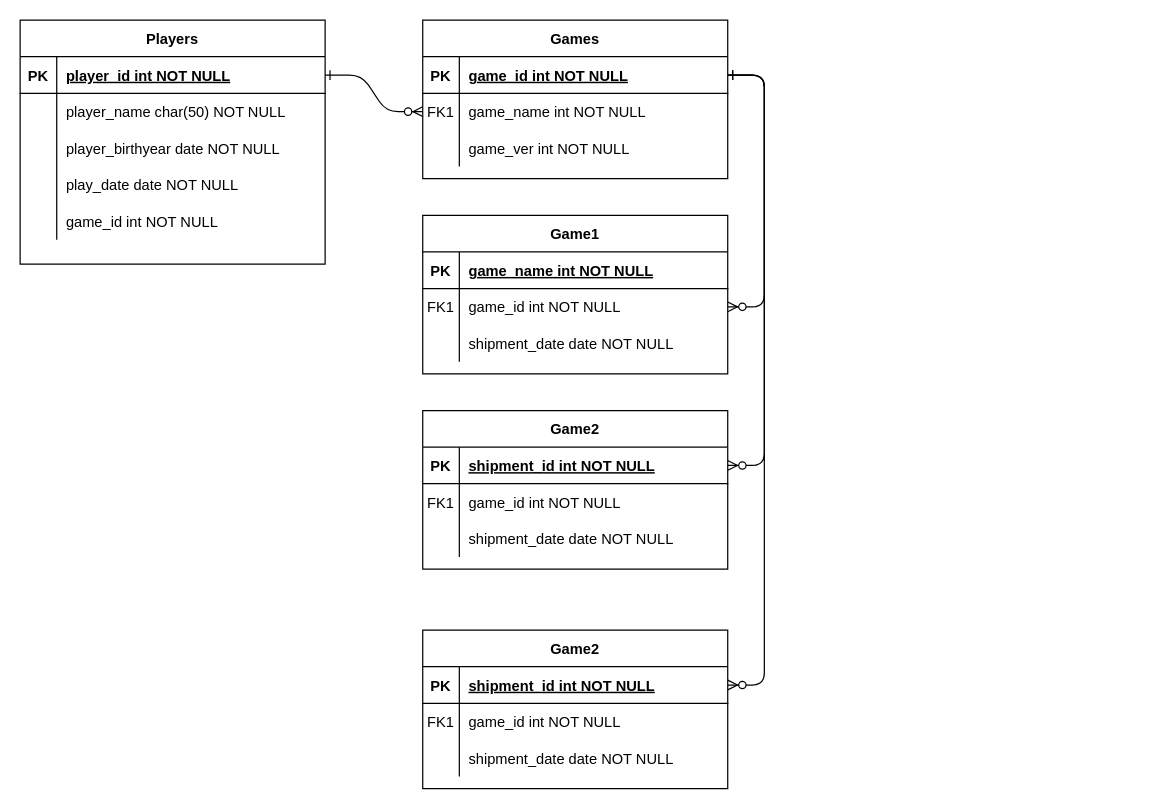
This is hman_database1.drawio from doscsy12/hman_database, a draw.io file, before an edit. Source tidied: cells renumbered, new cells numbered last; positions are measured from the earlier drawing's top-left corner, leaving out a move shared by most shapes. Both pictures are drawn from the tidied source at 122%, with x=0, y=0 at pixel (20, 20).
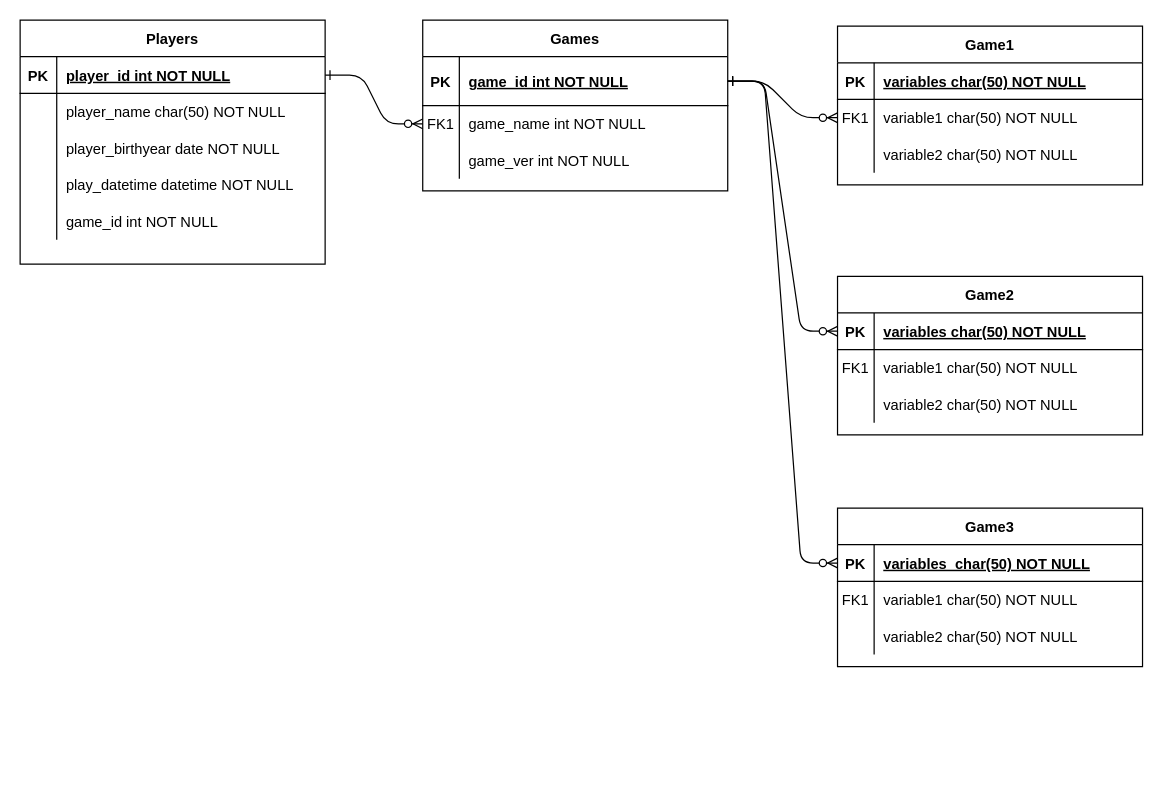
The same page after the edit.

Unchanged cells that the change refers to:
```xml
<mxCell id="15" style="shape=partialRectangle;fillColor=none;top=0;left=0;right=0;bottom=1;" parent="14" vertex="1">
  <mxGeometry y="30" width="250" height="30" as="geometry" />
</mxCell>
<mxCell id="18" style="shape=partialRectangle;fillColor=none;points=[[0,0.5],[1,0.5]];portConstraint=eastwest;top=0;left=0;right=0;bottom=0;" parent="14" vertex="1">
  <mxGeometry y="60" width="250" height="30" as="geometry" />
</mxCell>
<mxCell id="21" style="shape=partialRectangle;fillColor=none;top=0;left=0;right=0;bottom=0;" parent="14" vertex="1">
  <mxGeometry y="90" width="250" height="30" as="geometry" />
</mxCell>
<mxCell id="34" style="shape=partialRectangle;fillColor=none;top=0;left=0;right=0;bottom=0;" parent="24" vertex="1">
  <mxGeometry y="120" width="250" height="30" as="geometry" />
</mxCell>
<mxCell id="43" style="shape=partialRectangle;fillColor=none;points=[[0,0.5],[1,0.5]];portConstraint=eastwest;top=0;left=0;right=0;bottom=1;" parent="42" vertex="1">
  <mxGeometry y="30" width="250" height="30" as="geometry" />
</mxCell>
<mxCell id="46" style="shape=partialRectangle;fillColor=none;top=0;left=0;right=0;bottom=0;" parent="42" vertex="1">
  <mxGeometry y="60" width="250" height="30" as="geometry" />
</mxCell>
<mxCell id="49" style="shape=partialRectangle;fillColor=none;top=0;left=0;right=0;bottom=0;" parent="42" vertex="1">
  <mxGeometry y="90" width="250" height="30" as="geometry" />
</mxCell>
<mxCell id="54" style="shape=partialRectangle;fillColor=none;points=[[0,0.5],[1,0.5]];portConstraint=eastwest;top=0;left=0;right=0;bottom=1;" parent="53" vertex="1">
  <mxGeometry y="30" width="250" height="30" as="geometry" />
</mxCell>
<mxCell id="57" style="shape=partialRectangle;fillColor=none;top=0;left=0;right=0;bottom=0;" parent="53" vertex="1">
  <mxGeometry y="60" width="250" height="30" as="geometry" />
</mxCell>
<mxCell id="60" style="shape=partialRectangle;fillColor=none;top=0;left=0;right=0;bottom=0;" parent="53" vertex="1">
  <mxGeometry y="90" width="250" height="30" as="geometry" />
</mxCell>
```

The edit, as a diff of the source:
```diff
@@
     <mxCell id="4" value="Games" style="shape=table;startSize=30;childLayout=tableLayout;rowLines=0;fontStyle=1;align=center;" parent="1" vertex="1">
-      <mxGeometry x="330" width="250" height="130" as="geometry" />
+      <mxGeometry x="330" width="250" height="140" as="geometry" />
     </mxCell>
     <mxCell id="5" style="shape=partialRectangle;fillColor=none;points=[[0,0.5],[1,0.5]];portConstraint=eastwest;top=0;left=0;right=0;bottom=1;" parent="4" vertex="1">
-      <mxGeometry y="30" width="250" height="30" as="geometry" />
+      <mxGeometry y="30" width="250" height="40" as="geometry" />
     </mxCell>
     <mxCell id="6" value="PK" style="shape=partialRectangle;overflow=hidden;fillColor=none;top=0;left=0;bottom=0;right=0;fontStyle=1;" parent="5" vertex="1">
-      <mxGeometry width="30" height="30" as="geometry" />
+      <mxGeometry width="30" height="40" as="geometry" />
     </mxCell>
     <mxCell id="7" value="game_id int NOT NULL " style="shape=partialRectangle;overflow=hidden;fillColor=none;top=0;left=0;bottom=0;right=0;align=left;spacingLeft=6;fontStyle=5;" parent="5" vertex="1">
-      <mxGeometry x="30" width="220" height="30" as="geometry" />
+      <mxGeometry x="30" width="220" height="40" as="geometry" />
     </mxCell>
     <mxCell id="8" style="shape=partialRectangle;fillColor=none;points=[[0,0.5],[1,0.5]];portConstraint=eastwest;top=0;left=0;right=0;bottom=0;" parent="4" vertex="1">
-      <mxGeometry y="60" width="250" height="30" as="geometry" />
+      <mxGeometry y="70" width="250" height="30" as="geometry" />
     </mxCell>
@@
     <mxCell id="11" style="shape=partialRectangle;fillColor=none;top=0;left=0;right=0;bottom=0;" parent="4" vertex="1">
-      <mxGeometry y="90" width="250" height="30" as="geometry" />
+      <mxGeometry y="100" width="250" height="30" as="geometry" />
     </mxCell>
@@
     <mxCell id="14" value="Game1" style="shape=table;startSize=30;childLayout=tableLayout;rowLines=0;fontStyle=1;align=center;" parent="1" vertex="1">
-      <mxGeometry x="330" y="160" width="250" height="130" as="geometry" />
+      <mxGeometry x="670" y="5" width="250" height="130" as="geometry" />
     </mxCell>
@@
-    <mxCell id="17" value="game_name int NOT NULL " style="shape=partialRectangle;overflow=hidden;fillColor=none;top=0;left=0;bottom=0;right=0;align=left;spacingLeft=6;fontStyle=5;" parent="15" vertex="1">
+    <mxCell id="17" value="variables char(50) NOT NULL " style="shape=partialRectangle;overflow=hidden;fillColor=none;top=0;left=0;bottom=0;right=0;align=left;spacingLeft=6;fontStyle=5;" parent="15" vertex="1">
       <mxGeometry x="30" width="220" height="30" as="geometry" />
     </mxCell>
@@
-    <mxCell id="20" value="game_id int NOT NULL" style="shape=partialRectangle;overflow=hidden;fillColor=none;top=0;left=0;bottom=0;right=0;align=left;spacingLeft=6;" parent="18" vertex="1">
+    <mxCell id="20" value="variable1 char(50) NOT NULL" style="shape=partialRectangle;overflow=hidden;fillColor=none;top=0;left=0;bottom=0;right=0;align=left;spacingLeft=6;" parent="18" vertex="1">
       <mxGeometry x="30" width="220" height="30" as="geometry" />
     </mxCell>
@@
-    <mxCell id="23" value="shipment_date date NOT NULL" style="shape=partialRectangle;overflow=hidden;fillColor=none;top=0;left=0;bottom=0;right=0;align=left;spacingLeft=6;" parent="21" vertex="1">
+    <mxCell id="23" value="variable2 char(50) NOT NULL" style="shape=partialRectangle;overflow=hidden;fillColor=none;top=0;left=0;bottom=0;right=0;align=left;spacingLeft=6;" parent="21" vertex="1">
       <mxGeometry x="30" width="220" height="30" as="geometry" />
     </mxCell>
@@
-    <mxCell id="36" value="play_date date NOT NULL" style="shape=partialRectangle;overflow=hidden;fillColor=none;top=0;left=0;bottom=0;right=0;align=left;spacingLeft=6;" parent="34" vertex="1">
+    <mxCell id="36" value="play_datetime datetime NOT NULL" style="shape=partialRectangle;overflow=hidden;fillColor=none;top=0;left=0;bottom=0;right=0;align=left;spacingLeft=6;" parent="34" vertex="1">
       <mxGeometry x="30" width="220" height="30" as="geometry" />
     </mxCell>
@@
     <mxCell id="42" value="Game2" style="shape=table;startSize=30;childLayout=tableLayout;rowLines=0;fontStyle=1;align=center;" parent="1" vertex="1">
-      <mxGeometry x="330" y="320" width="250" height="130" as="geometry" />
+      <mxGeometry x="670" y="210" width="250" height="130" as="geometry" />
     </mxCell>
@@
-    <mxCell id="45" value="shipment_id int NOT NULL " style="shape=partialRectangle;overflow=hidden;fillColor=none;top=0;left=0;bottom=0;right=0;align=left;spacingLeft=6;fontStyle=5;" parent="43" vertex="1">
+    <mxCell id="45" value="variables char(50) NOT NULL " style="shape=partialRectangle;overflow=hidden;fillColor=none;top=0;left=0;bottom=0;right=0;align=left;spacingLeft=6;fontStyle=5;" parent="43" vertex="1">
       <mxGeometry x="30" width="220" height="30" as="geometry" />
     </mxCell>
@@
-    <mxCell id="48" value="game_id int NOT NULL" style="shape=partialRectangle;overflow=hidden;fillColor=none;top=0;left=0;bottom=0;right=0;align=left;spacingLeft=6;" parent="46" vertex="1">
+    <mxCell id="48" value="variable1 char(50) NOT NULL" style="shape=partialRectangle;overflow=hidden;fillColor=none;top=0;left=0;bottom=0;right=0;align=left;spacingLeft=6;" parent="46" vertex="1">
       <mxGeometry x="30" width="220" height="30" as="geometry" />
     </mxCell>
@@
-    <mxCell id="51" value="shipment_date date NOT NULL" style="shape=partialRectangle;overflow=hidden;fillColor=none;top=0;left=0;bottom=0;right=0;align=left;spacingLeft=6;" parent="49" vertex="1">
+    <mxCell id="51" value="variable2 char(50) NOT NULL" style="shape=partialRectangle;overflow=hidden;fillColor=none;top=0;left=0;bottom=0;right=0;align=left;spacingLeft=6;" parent="49" vertex="1">
       <mxGeometry x="30" width="220" height="30" as="geometry" />
     </mxCell>
-    <mxCell id="52" style="edgeStyle=entityRelationEdgeStyle;endArrow=ERzeroToMany;startArrow=ERone;endFill=1;startFill=0;entryX=1;entryY=0.5;entryDx=0;entryDy=0;exitX=1;exitY=0.5;exitDx=0;exitDy=0;" parent="1" edge="1" source="5" target="43">
+    <mxCell id="52" style="edgeStyle=entityRelationEdgeStyle;endArrow=ERzeroToMany;startArrow=ERone;endFill=1;startFill=0;entryX=0;entryY=0.5;entryDx=0;entryDy=0;exitX=1;exitY=0.5;exitDx=0;exitDy=0;" parent="1" edge="1" source="5" target="43">
       <mxGeometry relative="1" as="geometry" />
     </mxCell>
-    <mxCell id="53" value="Game2" style="shape=table;startSize=30;childLayout=tableLayout;rowLines=0;fontStyle=1;align=center;" parent="1" vertex="1">
-      <mxGeometry x="330" y="500" width="250" height="130" as="geometry" />
+    <mxCell id="53" value="Game3" style="shape=table;startSize=30;childLayout=tableLayout;rowLines=0;fontStyle=1;align=center;" parent="1" vertex="1">
+      <mxGeometry x="670" y="400" width="250" height="130" as="geometry" />
     </mxCell>
@@
-    <mxCell id="56" value="shipment_id int NOT NULL " style="shape=partialRectangle;overflow=hidden;fillColor=none;top=0;left=0;bottom=0;right=0;align=left;spacingLeft=6;fontStyle=5;" parent="54" vertex="1">
+    <mxCell id="56" value="variables_char(50) NOT NULL " style="shape=partialRectangle;overflow=hidden;fillColor=none;top=0;left=0;bottom=0;right=0;align=left;spacingLeft=6;fontStyle=5;" parent="54" vertex="1">
       <mxGeometry x="30" width="220" height="30" as="geometry" />
     </mxCell>
@@
-    <mxCell id="59" value="game_id int NOT NULL" style="shape=partialRectangle;overflow=hidden;fillColor=none;top=0;left=0;bottom=0;right=0;align=left;spacingLeft=6;" parent="57" vertex="1">
+    <mxCell id="59" value="variable1 char(50) NOT NULL" style="shape=partialRectangle;overflow=hidden;fillColor=none;top=0;left=0;bottom=0;right=0;align=left;spacingLeft=6;" parent="57" vertex="1">
       <mxGeometry x="30" width="220" height="30" as="geometry" />
     </mxCell>
@@
-    <mxCell id="62" value="shipment_date date NOT NULL" style="shape=partialRectangle;overflow=hidden;fillColor=none;top=0;left=0;bottom=0;right=0;align=left;spacingLeft=6;" parent="60" vertex="1">
+    <mxCell id="62" value="variable2 char(50) NOT NULL" style="shape=partialRectangle;overflow=hidden;fillColor=none;top=0;left=0;bottom=0;right=0;align=left;spacingLeft=6;" parent="60" vertex="1">
       <mxGeometry x="30" width="220" height="30" as="geometry" />
     </mxCell>
-    <mxCell id="63" style="edgeStyle=entityRelationEdgeStyle;endArrow=ERzeroToMany;startArrow=ERone;endFill=1;startFill=0;entryX=1;entryY=0.5;entryDx=0;entryDy=0;exitX=1;exitY=0.5;exitDx=0;exitDy=0;" parent="1" edge="1" source="5" target="54">
-      <mxGeometry relative="1" as="geometry" />
-    </mxCell>
+    <mxCell id="64" style="edgeStyle=entityRelationEdgeStyle;endArrow=ERzeroToMany;startArrow=ERone;endFill=1;startFill=0;entryX=0;entryY=0.5;entryDx=0;entryDy=0;" parent="1" edge="1" target="54">
+      <mxGeometry relative="1" as="geometry">
+        <mxPoint x="580" y="50" as="sourcePoint" />
+      </mxGeometry>
+    </mxCell>
```
